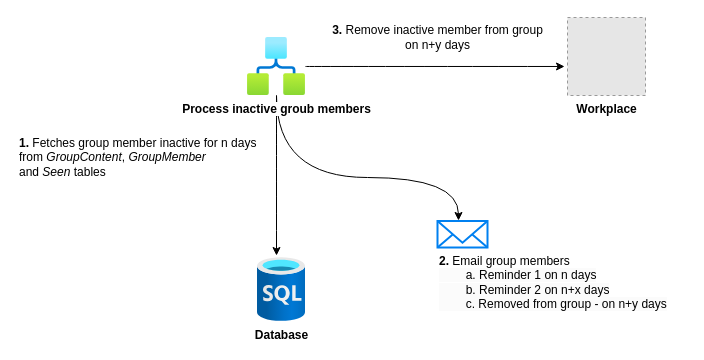
Above: Workplace_ProcessInactiveGroupMembers.drawio in vivekksc/DesignDiagrams (draw.io), before the change. Source tidied: cells renumbered, new cells numbered last; positions are measured from the earlier drawing's top-left corner, leaving out a move shared by most shapes. Both pictures are drawn from the tidied source at 100%, with x=0, y=0 at pixel (17, 17). Pictures stored in the file or linked from it are replaced by grey dashed boxes.
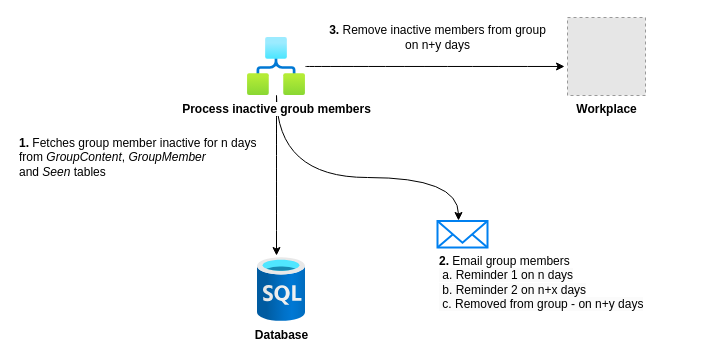
The same page after the edit.

Change to the diagram source:
```diff
@@
 <mxGraphModel>
   <root>
     <mxCell id="0" />
     <mxCell id="1" parent="0" />
     <mxCell id="2" value="&lt;b&gt;Workplace&lt;/b&gt;" style="fillColor=#E6E6E6;strokeColor=#999999;dashed=1;html=1;verticalAlign=top;verticalLabelPosition=bottom;labelBackgroundColor=#ffffff;" parent="1" vertex="1">
       <mxGeometry x="550" width="78" height="78" as="geometry" />
     </mxCell>
     <mxCell id="3" value="&lt;b&gt;Database&lt;/b&gt;" style="html=1;points=[];align=center;image;fontSize=12;image=img/lib/azure2/databases/SQL_Database.svg;" parent="1" vertex="1">
       <mxGeometry x="240" y="240" width="48" height="64" as="geometry" />
     </mxCell>
     <mxCell id="4" style="edgeStyle=orthogonalEdgeStyle;rounded=0;jettySize=auto;html=1;entryX=0.396;entryY=-0.031;entryDx=0;entryDy=0;entryPerimeter=0;curved=1;" parent="1" edge="1" source="7" target="3">
       <mxGeometry relative="1" as="geometry" />
     </mxCell>
     <mxCell id="5" style="edgeStyle=orthogonalEdgeStyle;curved=1;rounded=0;jettySize=auto;html=1;entryX=-0.038;entryY=0.628;entryDx=0;entryDy=0;entryPerimeter=0;" parent="1" edge="1" source="7" target="2">
       <mxGeometry relative="1" as="geometry" />
     </mxCell>
     <mxCell id="6" style="edgeStyle=orthogonalEdgeStyle;curved=1;rounded=0;jettySize=auto;html=1;entryX=0.42;entryY=-0.019;entryDx=0;entryDy=0;entryPerimeter=0;" parent="1" edge="1" source="7" target="9">
       <mxGeometry relative="1" as="geometry">
         <Array as="points">
           <mxPoint x="259" y="160" />
           <mxPoint x="441" y="160" />
         </Array>
       </mxGeometry>
     </mxCell>
     <mxCell id="7" value="&lt;b&gt;Process inactive groub members&lt;/b&gt;" style="html=1;points=[];align=center;image;fontSize=12;image=img/lib/azure2/internet_of_things/Logic_Apps.svg;" parent="1" vertex="1">
       <mxGeometry x="230" y="20" width="58" height="58" as="geometry" />
     </mxCell>
     <mxCell id="8" value="&lt;b&gt;1. &lt;/b&gt;Fetches group member inactive for n days&lt;br&gt;from &lt;i&gt;GroupContent&lt;/i&gt;, &lt;i&gt;GroupMember &lt;br&gt;&lt;/i&gt;and &lt;i&gt;Seen &lt;/i&gt;tables" style="text;html=1;align=left;verticalAlign=middle;strokeColor=none;fillColor=none;" parent="1" vertex="1">
       <mxGeometry y="110" width="260" height="60" as="geometry" />
     </mxCell>
     <mxCell id="9" style="html=1;verticalLabelPosition=bottom;align=center;labelBackgroundColor=#ffffff;verticalAlign=top;strokeWidth=2;strokeColor=#0080F0;shadow=0;dashed=0;shape=mxgraph.ios7.icons.mail;" parent="1" vertex="1">
       <mxGeometry x="420" y="203.5" width="50" height="26.5" as="geometry" />
     </mxCell>
-    <mxCell id="10" value="&lt;b&gt;2. &lt;/b&gt;Email group members&lt;br&gt;&lt;span style=&quot;color: rgb(0, 0, 0); font-family: Helvetica; font-size: 12px; font-style: normal; font-variant-ligatures: normal; font-variant-caps: normal; font-weight: 400; letter-spacing: normal; orphans: 2; text-indent: 0px; text-transform: none; widows: 2; word-spacing: 0px; -webkit-text-stroke-width: 0px; background-color: rgb(251, 251, 251); text-decoration-thickness: initial; text-decoration-style: initial; text-decoration-color: initial; float: none; display: inline !important;&quot;&gt;&lt;span style=&quot;white-space: pre;&quot;&gt;&#9;&lt;/span&gt;a. Reminder 1 on n days&lt;/span&gt;&lt;br style=&quot;border-color: var(--border-color); color: rgb(0, 0, 0); font-family: Helvetica; font-size: 12px; font-style: normal; font-variant-ligatures: normal; font-variant-caps: normal; font-weight: 400; letter-spacing: normal; orphans: 2; text-indent: 0px; text-transform: none; widows: 2; word-spacing: 0px; -webkit-text-stroke-width: 0px; background-color: rgb(251, 251, 251); text-decoration-thickness: initial; text-decoration-style: initial; text-decoration-color: initial;&quot;&gt;&lt;span style=&quot;border-color: var(--border-color); color: rgb(0, 0, 0); font-family: Helvetica; font-size: 12px; font-style: normal; font-variant-ligatures: normal; font-variant-caps: normal; font-weight: 400; letter-spacing: normal; orphans: 2; text-indent: 0px; text-transform: none; widows: 2; word-spacing: 0px; -webkit-text-stroke-width: 0px; background-color: rgb(251, 251, 251); text-decoration-thickness: initial; text-decoration-style: initial; text-decoration-color: initial;&quot;&gt;&lt;/span&gt;&lt;span style=&quot;color: rgb(0, 0, 0); font-family: Helvetica; font-size: 12px; font-style: normal; font-variant-ligatures: normal; font-variant-caps: normal; font-weight: 400; letter-spacing: normal; orphans: 2; text-indent: 0px; text-transform: none; widows: 2; word-spacing: 0px; -webkit-text-stroke-width: 0px; background-color: rgb(251, 251, 251); text-decoration-thickness: initial; text-decoration-style: initial; text-decoration-color: initial; float: none; display: inline !important;&quot;&gt;&lt;span style=&quot;white-space: pre;&quot;&gt;&#9;&lt;/span&gt;b. Reminder 2 on n+x days&lt;/span&gt;&lt;br style=&quot;border-color: var(--border-color); color: rgb(0, 0, 0); font-family: Helvetica; font-size: 12px; font-style: normal; font-variant-ligatures: normal; font-variant-caps: normal; font-weight: 400; letter-spacing: normal; orphans: 2; text-indent: 0px; text-transform: none; widows: 2; word-spacing: 0px; -webkit-text-stroke-width: 0px; background-color: rgb(251, 251, 251); text-decoration-thickness: initial; text-decoration-style: initial; text-decoration-color: initial;&quot;&gt;&lt;span style=&quot;color: rgb(0, 0, 0); font-family: Helvetica; font-size: 12px; font-style: normal; font-variant-ligatures: normal; font-variant-caps: normal; font-weight: 400; letter-spacing: normal; orphans: 2; text-indent: 0px; text-transform: none; widows: 2; word-spacing: 0px; -webkit-text-stroke-width: 0px; background-color: rgb(251, 251, 251); text-decoration-thickness: initial; text-decoration-style: initial; text-decoration-color: initial; float: none; display: inline !important;&quot;&gt;&lt;span style=&quot;white-space: pre;&quot;&gt;&#9;&lt;/span&gt;c. Removed from group - on n+y days&lt;/span&gt;&lt;br&gt;" style="text;html=1;align=left;verticalAlign=middle;strokeColor=none;fillColor=none;" parent="1" vertex="1">
+    <mxCell id="10" value="&lt;b&gt;2. &lt;/b&gt;Email group members&lt;br&gt;&lt;span style=&quot;color: rgb(0, 0, 0); font-family: Helvetica; font-size: 12px; font-style: normal; font-variant-ligatures: normal; font-variant-caps: normal; font-weight: 400; letter-spacing: normal; orphans: 2; text-indent: 0px; text-transform: none; widows: 2; word-spacing: 0px; -webkit-text-stroke-width: 0px; background-color: rgb(251, 251, 251); text-decoration-thickness: initial; text-decoration-style: initial; text-decoration-color: initial; float: none; display: inline !important;&quot;&gt;&lt;span style=&quot;white-space: pre;&quot;&gt; &lt;/span&gt;a. Reminder 1 on n days&lt;/span&gt;&lt;br style=&quot;border-color: var(--border-color); color: rgb(0, 0, 0); font-family: Helvetica; font-size: 12px; font-style: normal; font-variant-ligatures: normal; font-variant-caps: normal; font-weight: 400; letter-spacing: normal; orphans: 2; text-indent: 0px; text-transform: none; widows: 2; word-spacing: 0px; -webkit-text-stroke-width: 0px; background-color: rgb(251, 251, 251); text-decoration-thickness: initial; text-decoration-style: initial; text-decoration-color: initial;&quot;&gt;&lt;span style=&quot;border-color: var(--border-color); color: rgb(0, 0, 0); font-family: Helvetica; font-size: 12px; font-style: normal; font-variant-ligatures: normal; font-variant-caps: normal; font-weight: 400; letter-spacing: normal; orphans: 2; text-indent: 0px; text-transform: none; widows: 2; word-spacing: 0px; -webkit-text-stroke-width: 0px; background-color: rgb(251, 251, 251); text-decoration-thickness: initial; text-decoration-style: initial; text-decoration-color: initial;&quot;&gt;&lt;/span&gt;&lt;span style=&quot;color: rgb(0, 0, 0); font-family: Helvetica; font-size: 12px; font-style: normal; font-variant-ligatures: normal; font-variant-caps: normal; font-weight: 400; letter-spacing: normal; orphans: 2; text-indent: 0px; text-transform: none; widows: 2; word-spacing: 0px; -webkit-text-stroke-width: 0px; background-color: rgb(251, 251, 251); text-decoration-thickness: initial; text-decoration-style: initial; text-decoration-color: initial; float: none; display: inline !important;&quot;&gt;&lt;span style=&quot;white-space: pre;&quot;&gt; &lt;/span&gt;b. Reminder 2 on n+x days&lt;/span&gt;&lt;br style=&quot;border-color: var(--border-color); color: rgb(0, 0, 0); font-family: Helvetica; font-size: 12px; font-style: normal; font-variant-ligatures: normal; font-variant-caps: normal; font-weight: 400; letter-spacing: normal; orphans: 2; text-indent: 0px; text-transform: none; widows: 2; word-spacing: 0px; -webkit-text-stroke-width: 0px; background-color: rgb(251, 251, 251); text-decoration-thickness: initial; text-decoration-style: initial; text-decoration-color: initial;&quot;&gt;&lt;span style=&quot;color: rgb(0, 0, 0); font-family: Helvetica; font-size: 12px; font-style: normal; font-variant-ligatures: normal; font-variant-caps: normal; font-weight: 400; letter-spacing: normal; orphans: 2; text-indent: 0px; text-transform: none; widows: 2; word-spacing: 0px; -webkit-text-stroke-width: 0px; background-color: rgb(251, 251, 251); text-decoration-thickness: initial; text-decoration-style: initial; text-decoration-color: initial; float: none; display: inline !important;&quot;&gt;&lt;span style=&quot;white-space: pre;&quot;&gt; &lt;/span&gt;c. Removed from group - on n+y days&lt;/span&gt;&lt;br&gt;" style="text;html=1;align=left;verticalAlign=middle;strokeColor=none;fillColor=none;" parent="1" vertex="1">
       <mxGeometry x="420" y="230" width="250" height="70" as="geometry" />
     </mxCell>
-    <mxCell id="11" value="&lt;b&gt;3.&lt;/b&gt;&amp;nbsp;Remove inactive member from group&lt;br&gt;on n+y days" style="text;html=1;align=center;verticalAlign=middle;strokeColor=none;fillColor=none;" parent="1" vertex="1">
-      <mxGeometry x="305" width="230" height="40" as="geometry" />
+    <mxCell id="11" value="&lt;b&gt;3.&lt;/b&gt;&amp;nbsp;Remove inactive members from group&lt;br&gt;on n+y days" style="text;html=1;align=center;verticalAlign=middle;strokeColor=none;fillColor=none;" parent="1" vertex="1">
+      <mxGeometry x="300" width="240" height="40" as="geometry" />
     </mxCell>
   </root>
 </mxGraphModel>
```
